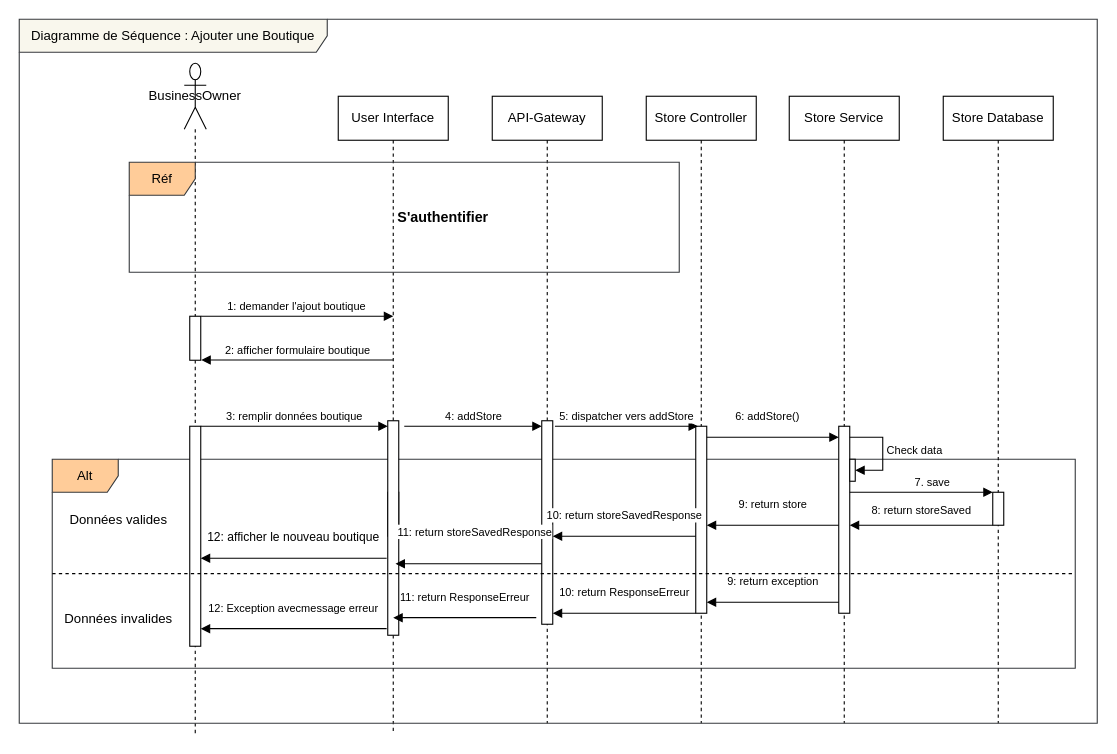
Earlier version of the draw.io diagram ajouter-produit.drawio (amine-elarass49/angular_doc). Source tidied: cells renumbered, new cells numbered last; positions are measured from the earlier drawing's top-left corner, leaving out a move shared by most shapes. Both pictures are drawn from the tidied source at 110%, with x=0, y=0 at pixel (19, 19).
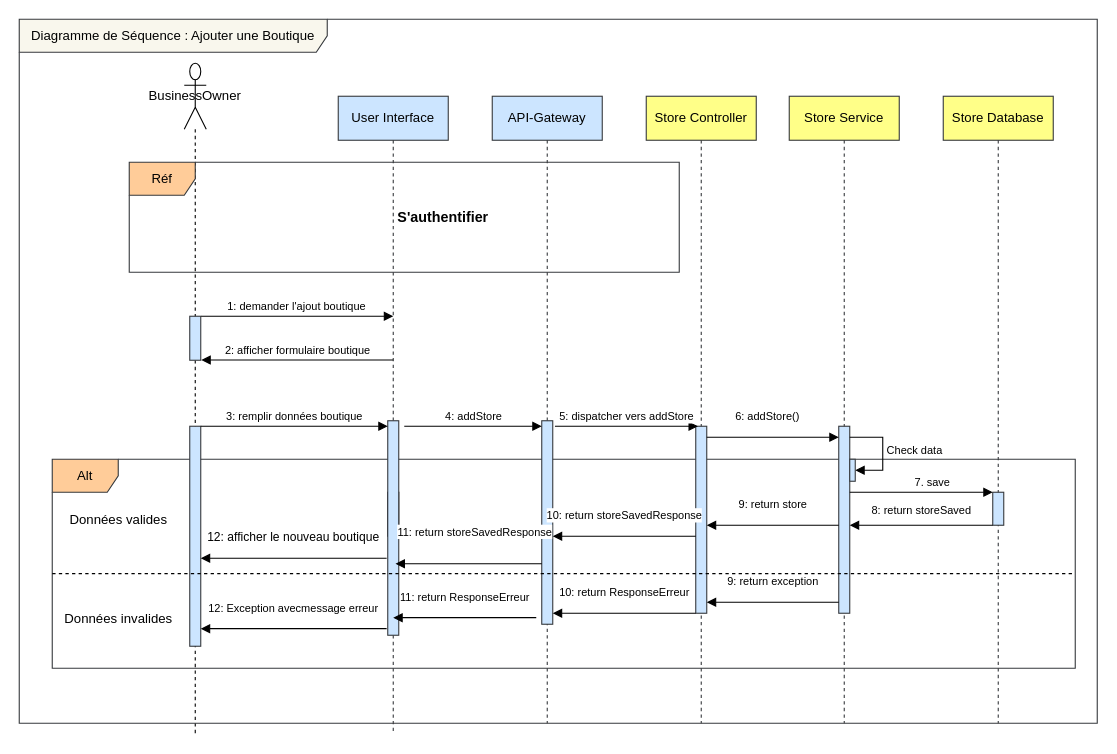
Above is the later version.

The change refers to these unchanged cells:
```xml
<mxCell id="3" value="BusinessOwner" style="shape=umlLifeline;perimeter=lifelinePerimeter;whiteSpace=wrap;html=1;newEdgeStyle={&quot;curved&quot;:0,&quot;rounded&quot;:0};participant=umlActor;size=60;" parent="1" vertex="1">
  <mxGeometry x="150" y="40" width="20" height="610" as="geometry" />
</mxCell>
```

What changed in the source:
```diff
@@
-    <mxCell id="4" style="html=1;perimeter=orthogonalPerimeter;targetShapes=umlLifeline;newEdgeStyle={&quot;curved&quot;:0,&quot;rounded&quot;:0};" parent="3" vertex="1">
+    <mxCell id="4" style="html=1;perimeter=orthogonalPerimeter;targetShapes=umlLifeline;newEdgeStyle={&quot;curved&quot;:0,&quot;rounded&quot;:0};fillColor=#cce5ff;strokeColor=#36393d;" parent="3" vertex="1">
       <mxGeometry x="5" y="230" width="10" height="40" as="geometry" />
     </mxCell>
-    <mxCell id="5" style="html=1;points=[[0,0,0,0,5],[0,1,0,0,-5],[1,0,0,0,5],[1,1,0,0,-5]];perimeter=orthogonalPerimeter;outlineConnect=0;targetShapes=umlLifeline;portConstraint=eastwest;newEdgeStyle={&quot;curved&quot;:0,&quot;rounded&quot;:0};" parent="3" vertex="1">
+    <mxCell id="5" style="html=1;points=[[0,0,0,0,5],[0,1,0,0,-5],[1,0,0,0,5],[1,1,0,0,-5]];perimeter=orthogonalPerimeter;outlineConnect=0;targetShapes=umlLifeline;portConstraint=eastwest;newEdgeStyle={&quot;curved&quot;:0,&quot;rounded&quot;:0};fillColor=#cce5ff;strokeColor=#36393d;" parent="3" vertex="1">
       <mxGeometry x="5" y="330" width="10" height="200" as="geometry" />
     </mxCell>
-    <mxCell id="6" value="User Interface" style="shape=umlLifeline;perimeter=lifelinePerimeter;whiteSpace=wrap;html=1;newEdgeStyle={&quot;curved&quot;:0,&quot;rounded&quot;:0};" parent="1" vertex="1">
+    <mxCell id="6" value="User Interface" style="shape=umlLifeline;perimeter=lifelinePerimeter;whiteSpace=wrap;html=1;newEdgeStyle={&quot;curved&quot;:0,&quot;rounded&quot;:0};fillColor=#cce5ff;strokeColor=#36393d;" parent="1" vertex="1">
       <mxGeometry x="290" y="70" width="100" height="580" as="geometry" />
     </mxCell>
@@
-    <mxCell id="8" style="html=1;points=[[0,0,0,0,5],[0,1,0,0,-5],[1,0,0,0,5],[1,1,0,0,-5]];perimeter=orthogonalPerimeter;outlineConnect=0;targetShapes=umlLifeline;portConstraint=eastwest;newEdgeStyle={&quot;curved&quot;:0,&quot;rounded&quot;:0};" parent="6" vertex="1">
+    <mxCell id="8" style="html=1;points=[[0,0,0,0,5],[0,1,0,0,-5],[1,0,0,0,5],[1,1,0,0,-5]];perimeter=orthogonalPerimeter;outlineConnect=0;targetShapes=umlLifeline;portConstraint=eastwest;newEdgeStyle={&quot;curved&quot;:0,&quot;rounded&quot;:0};fillColor=#cce5ff;strokeColor=#36393d;" parent="6" vertex="1">
       <mxGeometry x="45" y="295" width="10" height="195" as="geometry" />
     </mxCell>
-    <mxCell id="9" value="API-Gateway" style="shape=umlLifeline;perimeter=lifelinePerimeter;whiteSpace=wrap;html=1;newEdgeStyle={&quot;curved&quot;:0,&quot;rounded&quot;:0};" parent="1" vertex="1">
+    <mxCell id="9" value="API-Gateway" style="shape=umlLifeline;perimeter=lifelinePerimeter;whiteSpace=wrap;html=1;newEdgeStyle={&quot;curved&quot;:0,&quot;rounded&quot;:0};fillColor=#cce5ff;strokeColor=#36393d;" parent="1" vertex="1">
       <mxGeometry x="430" y="70" width="100" height="570" as="geometry" />
     </mxCell>
-    <mxCell id="10" style="html=1;points=[[0,0,0,0,5],[0,1,0,0,-5],[1,0,0,0,5],[1,1,0,0,-5]];perimeter=orthogonalPerimeter;outlineConnect=0;targetShapes=umlLifeline;portConstraint=eastwest;newEdgeStyle={&quot;curved&quot;:0,&quot;rounded&quot;:0};" parent="9" vertex="1">
+    <mxCell id="10" style="html=1;points=[[0,0,0,0,5],[0,1,0,0,-5],[1,0,0,0,5],[1,1,0,0,-5]];perimeter=orthogonalPerimeter;outlineConnect=0;targetShapes=umlLifeline;portConstraint=eastwest;newEdgeStyle={&quot;curved&quot;:0,&quot;rounded&quot;:0};fillColor=#cce5ff;strokeColor=#36393d;" parent="9" vertex="1">
       <mxGeometry x="45" y="295" width="10" height="185" as="geometry" />
     </mxCell>
-    <mxCell id="11" value="Store Controller" style="shape=umlLifeline;perimeter=lifelinePerimeter;whiteSpace=wrap;html=1;newEdgeStyle={&quot;curved&quot;:0,&quot;rounded&quot;:0};" parent="1" vertex="1">
+    <mxCell id="11" value="Store Controller" style="shape=umlLifeline;perimeter=lifelinePerimeter;whiteSpace=wrap;html=1;newEdgeStyle={&quot;curved&quot;:0,&quot;rounded&quot;:0};fillColor=#ffff88;strokeColor=#36393d;" parent="1" vertex="1">
       <mxGeometry x="570" y="70" width="100" height="570" as="geometry" />
     </mxCell>
-    <mxCell id="12" value="Store Service" style="shape=umlLifeline;perimeter=lifelinePerimeter;whiteSpace=wrap;html=1;newEdgeStyle={&quot;curved&quot;:0,&quot;rounded&quot;:0};" parent="1" vertex="1">
+    <mxCell id="12" value="Store Service" style="shape=umlLifeline;perimeter=lifelinePerimeter;whiteSpace=wrap;html=1;newEdgeStyle={&quot;curved&quot;:0,&quot;rounded&quot;:0};fillColor=#ffff88;strokeColor=#36393d;" parent="1" vertex="1">
       <mxGeometry x="700" y="70" width="100" height="570" as="geometry" />
     </mxCell>
-    <mxCell id="13" value="Store Database" style="shape=umlLifeline;perimeter=lifelinePerimeter;whiteSpace=wrap;html=1;newEdgeStyle={&quot;curved&quot;:0,&quot;rounded&quot;:0};" parent="1" vertex="1">
+    <mxCell id="13" value="Store Database" style="shape=umlLifeline;perimeter=lifelinePerimeter;whiteSpace=wrap;html=1;newEdgeStyle={&quot;curved&quot;:0,&quot;rounded&quot;:0};fillColor=#ffff88;strokeColor=#36393d;" parent="1" vertex="1">
       <mxGeometry x="840" y="70" width="100" height="570" as="geometry" />
     </mxCell>
@@
-    <mxCell id="20" style="html=1;points=[[0,0,0,0,5],[0,1,0,0,-5],[1,0,0,0,5],[1,1,0,0,-5]];perimeter=orthogonalPerimeter;outlineConnect=0;targetShapes=umlLifeline;portConstraint=eastwest;newEdgeStyle={&quot;curved&quot;:0,&quot;rounded&quot;:0};" parent="1" vertex="1">
+    <mxCell id="20" style="html=1;points=[[0,0,0,0,5],[0,1,0,0,-5],[1,0,0,0,5],[1,1,0,0,-5]];perimeter=orthogonalPerimeter;outlineConnect=0;targetShapes=umlLifeline;portConstraint=eastwest;newEdgeStyle={&quot;curved&quot;:0,&quot;rounded&quot;:0};fillColor=#cce5ff;strokeColor=#36393d;" parent="1" vertex="1">
       <mxGeometry x="615" y="370" width="10" height="170" as="geometry" />
     </mxCell>
-    <mxCell id="21" style="html=1;points=[[0,0,0,0,5],[0,1,0,0,-5],[1,0,0,0,5],[1,1,0,0,-5]];perimeter=orthogonalPerimeter;outlineConnect=0;targetShapes=umlLifeline;portConstraint=eastwest;newEdgeStyle={&quot;curved&quot;:0,&quot;rounded&quot;:0};" parent="1" vertex="1">
+    <mxCell id="21" style="html=1;points=[[0,0,0,0,5],[0,1,0,0,-5],[1,0,0,0,5],[1,1,0,0,-5]];perimeter=orthogonalPerimeter;outlineConnect=0;targetShapes=umlLifeline;portConstraint=eastwest;newEdgeStyle={&quot;curved&quot;:0,&quot;rounded&quot;:0};fillColor=#cce5ff;strokeColor=#36393d;" parent="1" vertex="1">
       <mxGeometry x="745" y="370" width="10" height="170" as="geometry" />
     </mxCell>
@@
-    <mxCell id="24" style="html=1;points=[[0,0,0,0,5],[0,1,0,0,-5],[1,0,0,0,5],[1,1,0,0,-5]];perimeter=orthogonalPerimeter;outlineConnect=0;targetShapes=umlLifeline;portConstraint=eastwest;newEdgeStyle={&quot;curved&quot;:0,&quot;rounded&quot;:0};" parent="1" vertex="1">
+    <mxCell id="24" style="html=1;points=[[0,0,0,0,5],[0,1,0,0,-5],[1,0,0,0,5],[1,1,0,0,-5]];perimeter=orthogonalPerimeter;outlineConnect=0;targetShapes=umlLifeline;portConstraint=eastwest;newEdgeStyle={&quot;curved&quot;:0,&quot;rounded&quot;:0};fillColor=#cce5ff;strokeColor=#36393d;" parent="1" vertex="1">
       <mxGeometry x="885" y="430" width="10" height="30" as="geometry" />
     </mxCell>
@@
-    <mxCell id="26" style="html=1;perimeter=orthogonalPerimeter;targetShapes=umlLifeline;newEdgeStyle={&quot;curved&quot;:0,&quot;rounded&quot;:0};" parent="1" vertex="1">
+    <mxCell id="26" style="html=1;perimeter=orthogonalPerimeter;targetShapes=umlLifeline;newEdgeStyle={&quot;curved&quot;:0,&quot;rounded&quot;:0};fillColor=#cce5ff;strokeColor=#36393d;" parent="1" vertex="1">
       <mxGeometry x="755" y="400" width="5" height="20" as="geometry" />
     </mxCell>
```
